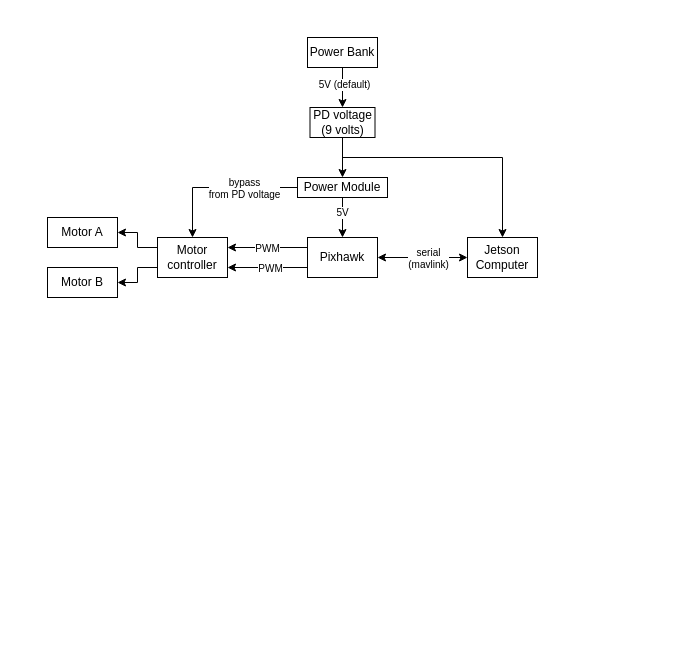
Earlier version of the draw.io diagram diagrams/system.drawio (EOLab-HSRW/jetbot). Source tidied: cells renumbered, new cells numbered last; positions are measured from the earlier drawing's top-left corner, leaving out a move shared by most shapes. Both pictures are drawn from the tidied source at 100%, with x=0, y=0 at pixel (47, 37).
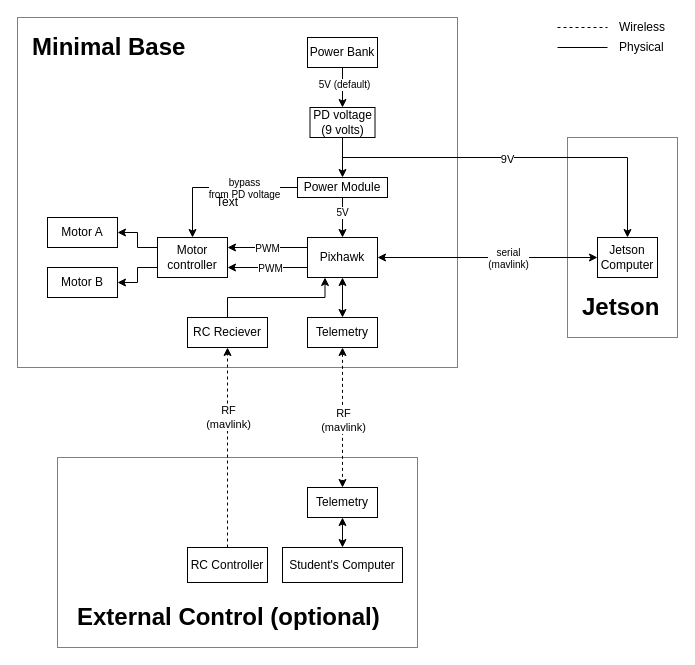
The same diagram, later.

Unchanged cells that the change refers to:
```xml
<mxCell id="11" value="Pixhawk" style="rounded=0;whiteSpace=wrap;html=1;" parent="1" vertex="1">
  <mxGeometry x="260" y="200" width="70" height="40" as="geometry" />
</mxCell>
<mxCell id="12" style="edgeStyle=orthogonalEdgeStyle;rounded=0;jettySize=auto;html=1;exitX=0;exitY=0.5;exitDx=0;exitDy=0;entryX=1;entryY=0.5;entryDx=0;entryDy=0;startArrow=classic;startFill=1;" parent="1" edge="1" source="14" target="11">
  <mxGeometry relative="1" as="geometry" />
</mxCell>
<mxCell id="20" value="PD voltage (9 volts)" style="rounded=0;whiteSpace=wrap;html=1;" parent="1" vertex="1">
  <mxGeometry x="262.5" y="70" width="65" height="30" as="geometry" />
</mxCell>
<mxCell id="25" value="Power Module" style="rounded=0;whiteSpace=wrap;html=1;" parent="1" vertex="1">
  <mxGeometry x="250" y="140" width="90" height="20" as="geometry" />
</mxCell>
```

What changed in the source:
```diff
@@
+    <mxCell id="26" style="rounded=0;whiteSpace=wrap;html=1;fillColor=none;dashed=1;dashPattern=1 1;" parent="1" vertex="1">
+      <mxGeometry x="520" y="100" width="110" height="200" as="geometry" />
+    </mxCell>
+    <mxCell id="27" style="rounded=0;whiteSpace=wrap;html=1;fillColor=none;strokeColor=default;dashed=1;dashPattern=1 1;" parent="1" vertex="1">
+      <mxGeometry x="10" y="420" width="360" height="190" as="geometry" />
+    </mxCell>
+    <mxCell id="28" style="rounded=0;whiteSpace=wrap;html=1;dashed=1;fillColor=none;dashPattern=1 1;" parent="1" vertex="1">
+      <mxGeometry x="-30" y="-20" width="440" height="350" as="geometry" />
+    </mxCell>
@@
+    <mxCell id="29" style="edgeStyle=orthogonalEdgeStyle;rounded=0;jettySize=auto;html=1;exitX=0.5;exitY=1;exitDx=0;exitDy=0;entryX=0.5;entryY=0;entryDx=0;entryDy=0;startArrow=classic;startFill=1;" parent="1" edge="1" source="11" target="41">
+      <mxGeometry relative="1" as="geometry" />
+    </mxCell>
+    <mxCell id="30" style="edgeStyle=orthogonalEdgeStyle;rounded=0;jettySize=auto;html=1;exitX=0.25;exitY=1;exitDx=0;exitDy=0;entryX=0.5;entryY=0;entryDx=0;entryDy=0;startArrow=classic;startFill=1;endArrow=none;endFill=0;" parent="1" edge="1" source="11" target="43">
+      <mxGeometry relative="1" as="geometry" />
+    </mxCell>
@@
     <mxCell id="13" value="serial&lt;br style=&quot;font-size: 10px;&quot;&gt;(mavlink)" style="edgeLabel;html=1;align=center;verticalAlign=middle;fontSize=10;" parent="12" vertex="1">
       <mxGeometry x="-0.28" relative="1" as="geometry">
-        <mxPoint x="-8" as="offset" />
+        <mxPoint x="-11" as="offset" />
       </mxGeometry>
     </mxCell>
     <mxCell id="14" value="Jetson Computer" style="rounded=0;whiteSpace=wrap;html=1;" parent="1" vertex="1">
-      <mxGeometry x="420" y="200" width="70" height="40" as="geometry" />
+      <mxGeometry x="550" y="200" width="60" height="40" as="geometry" />
     </mxCell>
@@
+    <mxCell id="19" style="edgeStyle=orthogonalEdgeStyle;rounded=0;jettySize=auto;html=1;exitX=0.5;exitY=1;exitDx=0;exitDy=0;entryX=0.5;entryY=0;entryDx=0;entryDy=0;startArrow=none;startFill=0;endArrow=classic;endFill=1;" parent="1" edge="1" source="20" target="25">
+      <mxGeometry relative="1" as="geometry" />
+    </mxCell>
-    <mxCell id="18" style="edgeStyle=orthogonalEdgeStyle;rounded=0;jettySize=auto;html=1;exitX=0.5;exitY=1;exitDx=0;exitDy=0;entryX=0.5;entryY=0;entryDx=0;entryDy=0;startArrow=none;startFill=0;endArrow=classic;endFill=1;" parent="1" edge="1" source="20" target="14">
+    <mxCell id="18" style="edgeStyle=orthogonalEdgeStyle;rounded=0;jettySize=auto;html=1;exitX=0.5;exitY=1;exitDx=0;exitDy=0;entryX=0.5;entryY=0;entryDx=0;entryDy=0;" parent="1" edge="1" source="20" target="14">
       <mxGeometry relative="1" as="geometry">
         <Array as="points">
           <mxPoint x="295" y="120" />
-          <mxPoint x="455" y="120" />
+          <mxPoint x="580" y="120" />
         </Array>
       </mxGeometry>
     </mxCell>
-    <mxCell id="19" style="edgeStyle=orthogonalEdgeStyle;rounded=0;jettySize=auto;html=1;exitX=0.5;exitY=1;exitDx=0;exitDy=0;entryX=0.5;entryY=0;entryDx=0;entryDy=0;startArrow=none;startFill=0;endArrow=classic;endFill=1;" parent="1" edge="1" source="20" target="25">
-      <mxGeometry relative="1" as="geometry" />
-    </mxCell>
+    <mxCell id="31" value="9V" style="edgeLabel;html=1;align=center;verticalAlign=middle;" parent="18" vertex="1">
+      <mxGeometry x="0.01" y="-1" relative="1" as="geometry">
+        <mxPoint x="-10" as="offset" />
+      </mxGeometry>
+    </mxCell>
@@
+    <mxCell id="32" value="Text" style="text;html=1;strokeColor=none;fillColor=none;align=center;verticalAlign=middle;whiteSpace=wrap;rounded=0;dashed=1;" parent="1" vertex="1">
+      <mxGeometry x="150" y="150" width="60" height="30" as="geometry" />
+    </mxCell>
+    <mxCell id="33" value="&lt;h1&gt;Minimal Base&lt;/h1&gt;" style="text;html=1;strokeColor=none;fillColor=none;spacing=5;spacingTop=-20;whiteSpace=wrap;overflow=hidden;rounded=0;dashed=1;" parent="1" vertex="1">
+      <mxGeometry x="-20" y="-10" width="190" height="40" as="geometry" />
+    </mxCell>
+    <mxCell id="34" style="edgeStyle=orthogonalEdgeStyle;rounded=0;jettySize=auto;html=1;exitX=0.5;exitY=0;exitDx=0;exitDy=0;entryX=0.5;entryY=1;entryDx=0;entryDy=0;startArrow=classic;startFill=1;" parent="1" edge="1" source="35" target="44">
+      <mxGeometry relative="1" as="geometry" />
+    </mxCell>
+    <mxCell id="35" value="Student's Computer" style="rounded=0;whiteSpace=wrap;html=1;fillColor=default;" parent="1" vertex="1">
+      <mxGeometry x="235" y="510" width="120" height="35" as="geometry" />
+    </mxCell>
+    <mxCell id="36" style="edgeStyle=orthogonalEdgeStyle;rounded=0;jettySize=auto;html=1;exitX=0.5;exitY=0;exitDx=0;exitDy=0;entryX=0.5;entryY=1;entryDx=0;entryDy=0;startArrow=none;startFill=0;endArrow=classic;endFill=1;dashed=1;" parent="1" edge="1" source="38" target="43">
+      <mxGeometry relative="1" as="geometry" />
+    </mxCell>
+    <mxCell id="37" value="RF&lt;br&gt;(mavlink)" style="edgeLabel;html=1;align=center;verticalAlign=middle;" parent="36" vertex="1">
+      <mxGeometry x="0.16" y="-2" relative="1" as="geometry">
+        <mxPoint x="-2" y="-15" as="offset" />
+      </mxGeometry>
+    </mxCell>
+    <mxCell id="38" value="RC Controller" style="rounded=0;whiteSpace=wrap;html=1;fillColor=default;" parent="1" vertex="1">
+      <mxGeometry x="140" y="510" width="80" height="35" as="geometry" />
+    </mxCell>
+    <mxCell id="39" style="edgeStyle=orthogonalEdgeStyle;rounded=0;jettySize=auto;html=1;exitX=0.5;exitY=1;exitDx=0;exitDy=0;entryX=0.5;entryY=0;entryDx=0;entryDy=0;startArrow=classic;startFill=1;endArrow=classic;endFill=1;dashed=1;" parent="1" edge="1" source="41" target="44">
+      <mxGeometry relative="1" as="geometry" />
+    </mxCell>
+    <mxCell id="40" value="RF&lt;br&gt;(mavlink)" style="edgeLabel;html=1;align=center;verticalAlign=middle;" parent="39" vertex="1">
+      <mxGeometry x="0.22" y="3" relative="1" as="geometry">
+        <mxPoint x="-3" y="-13" as="offset" />
+      </mxGeometry>
+    </mxCell>
+    <mxCell id="41" value="Telemetry" style="rounded=0;whiteSpace=wrap;html=1;" parent="1" vertex="1">
+      <mxGeometry x="260" y="280" width="70" height="30" as="geometry" />
+    </mxCell>
+    <mxCell id="42" value="&lt;h1&gt;External Control (optional)&lt;/h1&gt;" style="text;html=1;strokeColor=none;fillColor=none;spacing=5;spacingTop=-20;whiteSpace=wrap;overflow=hidden;rounded=0;" parent="1" vertex="1">
+      <mxGeometry x="25" y="560" width="330" height="40" as="geometry" />
+    </mxCell>
+    <mxCell id="43" value="RC Reciever" style="rounded=0;whiteSpace=wrap;html=1;" parent="1" vertex="1">
+      <mxGeometry x="140" y="280" width="80" height="30" as="geometry" />
+    </mxCell>
+    <mxCell id="44" value="Telemetry" style="rounded=0;whiteSpace=wrap;html=1;" parent="1" vertex="1">
+      <mxGeometry x="260" y="450" width="70" height="30" as="geometry" />
+    </mxCell>
+    <mxCell id="45" value="&lt;h1&gt;Jetson&lt;/h1&gt;" style="text;html=1;strokeColor=none;fillColor=none;spacing=5;spacingTop=-20;whiteSpace=wrap;overflow=hidden;rounded=0;" parent="1" vertex="1">
+      <mxGeometry x="530" y="250" width="95" height="40" as="geometry" />
+    </mxCell>
+    <mxCell id="46" style="endArrow=none;html=1;rounded=0;dashed=1;" parent="1" edge="1">
+      <mxGeometry relative="1" as="geometry">
+        <mxPoint x="510" y="-10" as="sourcePoint" />
+        <mxPoint x="560" y="-10" as="targetPoint" />
+      </mxGeometry>
+    </mxCell>
+    <mxCell id="47" value="Wireless" style="text;html=1;strokeColor=none;fillColor=none;align=left;verticalAlign=middle;whiteSpace=wrap;rounded=0;dashed=1;dashPattern=1 1;" parent="1" vertex="1">
+      <mxGeometry x="570" y="-20" width="60" height="20" as="geometry" />
+    </mxCell>
+    <mxCell id="48" style="endArrow=none;html=1;rounded=0;" parent="1" edge="1">
+      <mxGeometry relative="1" as="geometry">
+        <mxPoint x="510" y="10" as="sourcePoint" />
+        <mxPoint x="560" y="10" as="targetPoint" />
+      </mxGeometry>
+    </mxCell>
+    <mxCell id="49" value="Physical" style="text;html=1;strokeColor=none;fillColor=none;align=left;verticalAlign=middle;whiteSpace=wrap;rounded=0;dashed=1;dashPattern=1 1;" parent="1" vertex="1">
+      <mxGeometry x="570" width="60" height="20" as="geometry" />
+    </mxCell>
```
